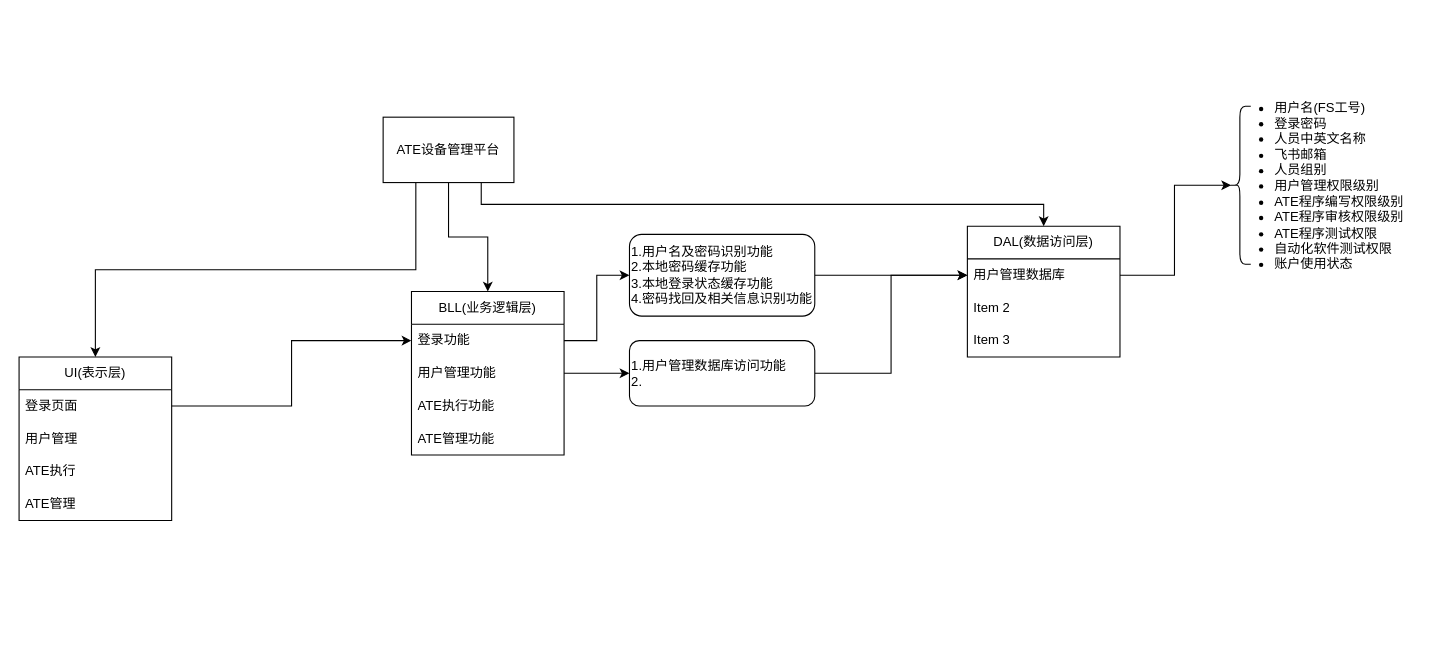
Istaya/Gallery keeps this draw.io diagram as CompanyUse/HongHanDongMan/ATE设备管理平台.drawio. Above is the earlier version. Source tidied: cells renumbered, new cells numbered last; positions are measured from the earlier drawing's top-left corner, leaving out a move shared by most shapes. Both pictures are drawn from the tidied source at 109%, with x=0, y=0 at pixel (19, 84).
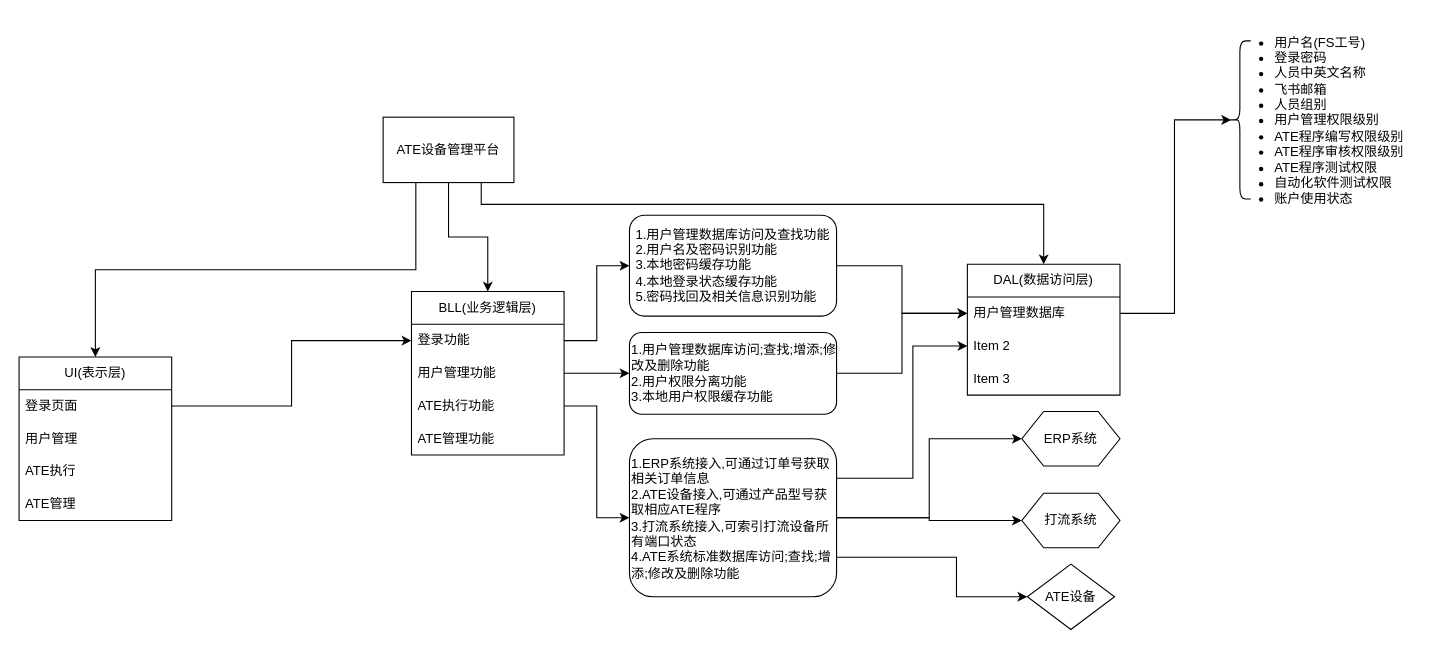
After the change.

Commit message (it also covers changes not shown here):
更新ATE设备管理平台.drawio

The change refers to these unchanged cells:
```xml
<mxCell id="5" value="ATE设备管理平台" style="rounded=0;whiteSpace=wrap;html=1;" parent="1" vertex="1">
  <mxGeometry x="334" y="30" width="120" height="60" as="geometry" />
</mxCell>
<mxCell id="15" value="ATE执行功能" style="text;strokeColor=none;fillColor=none;align=left;verticalAlign=middle;spacingLeft=4;spacingRight=4;overflow=hidden;points=[[0,0.5],[1,0.5]];portConstraint=eastwest;whiteSpace=wrap;html=1;" parent="12" vertex="1">
  <mxGeometry y="90" width="140" height="30" as="geometry" />
</mxCell>
<mxCell id="18" value="用户管理数据库" style="text;strokeColor=none;fillColor=none;align=left;verticalAlign=middle;spacingLeft=4;spacingRight=4;overflow=hidden;points=[[0,0.5],[1,0.5]];portConstraint=eastwest;whiteSpace=wrap;html=1;" parent="17" vertex="1">
  <mxGeometry y="30" width="140" height="30" as="geometry" />
</mxCell>
<mxCell id="19" value="Item 2" style="text;strokeColor=none;fillColor=none;align=left;verticalAlign=middle;spacingLeft=4;spacingRight=4;overflow=hidden;points=[[0,0.5],[1,0.5]];portConstraint=eastwest;whiteSpace=wrap;html=1;" parent="17" vertex="1">
  <mxGeometry y="60" width="140" height="30" as="geometry" />
</mxCell>
```

What changed in the source:
```diff
@@
     <mxCell id="4" style="edgeStyle=orthogonalEdgeStyle;rounded=0;jettySize=auto;html=1;exitX=0.75;exitY=1;exitDx=0;exitDy=0;entryX=0.5;entryY=0;entryDx=0;entryDy=0;" parent="1" edge="1" source="5" target="17">
-      <mxGeometry relative="1" as="geometry" />
+      <mxGeometry relative="1" as="geometry">
+        <Array as="points">
+          <mxPoint x="424" y="110" />
+          <mxPoint x="940" y="110" />
+        </Array>
+      </mxGeometry>
     </mxCell>
@@
     <mxCell id="17" value="DAL(数据访问层)" style="swimlane;fontStyle=0;horizontal=1;startSize=30;whiteSpace=wrap;html=1;" parent="1" vertex="1">
-      <mxGeometry x="870" y="130" width="140" height="120" as="geometry" />
+      <mxGeometry x="870" y="165" width="140" height="120" as="geometry" />
     </mxCell>
@@
     <mxCell id="21" style="edgeStyle=orthogonalEdgeStyle;rounded=0;jettySize=auto;html=1;entryX=0.1;entryY=0.5;entryDx=0;entryDy=0;entryPerimeter=0;" parent="1" edge="1" source="18" target="22">
-      <mxGeometry relative="1" as="geometry" />
+      <mxGeometry relative="1" as="geometry">
+        <Array as="points">
+          <mxPoint x="1060" y="210" />
+          <mxPoint x="1060" y="33" />
+          <mxPoint x="1112" y="33" />
+        </Array>
+      </mxGeometry>
     </mxCell>
     <mxCell id="22" style="shape=curlyBracket;whiteSpace=wrap;html=1;rounded=1;labelPosition=left;verticalLabelPosition=middle;align=right;verticalAlign=middle;" parent="1" vertex="1">
-      <mxGeometry x="1110" y="20" width="20" height="145" as="geometry" />
+      <mxGeometry x="1110" y="-40" width="20" height="145" as="geometry" />
     </mxCell>
     <mxCell id="23" value="&lt;ul&gt;&lt;li&gt;用户名(FS工号)&lt;/li&gt;&lt;li&gt;登录密码&lt;/li&gt;&lt;li&gt;人员中英文名称&lt;/li&gt;&lt;li&gt;飞书邮箱&lt;/li&gt;&lt;li&gt;人员组别&lt;/li&gt;&lt;li&gt;用户管理权限级别&lt;/li&gt;&lt;li&gt;ATE程序编写权限级别&lt;/li&gt;&lt;li&gt;ATE程序审核权限级别&lt;/li&gt;&lt;li&gt;ATE程序测试权限&lt;/li&gt;&lt;li&gt;自动化软件测试权限&lt;/li&gt;&lt;li&gt;账户使用状态&lt;/li&gt;&lt;/ul&gt;" style="text;strokeColor=none;fillColor=none;html=1;whiteSpace=wrap;verticalAlign=middle;overflow=hidden;" parent="1" vertex="1">
-      <mxGeometry x="1110" width="170" height="180" as="geometry" />
+      <mxGeometry x="1110" y="-60" width="170" height="180" as="geometry" />
     </mxCell>
@@
-    <mxCell id="26" value="&lt;div style=&quot;text-align: left;&quot;&gt;&lt;span style=&quot;background-color: initial;&quot;&gt;1.用户名及密码识别功能&lt;/span&gt;&lt;/div&gt;&lt;div style=&quot;text-align: left;&quot;&gt;&lt;span style=&quot;background-color: initial;&quot;&gt;2.本地密码缓存功能&lt;/span&gt;&lt;/div&gt;&lt;div style=&quot;text-align: left;&quot;&gt;&lt;span style=&quot;background-color: initial;&quot;&gt;3.本地登录状态缓存功能&lt;/span&gt;&lt;/div&gt;&lt;div style=&quot;text-align: left;&quot;&gt;&lt;span style=&quot;background-color: initial;&quot;&gt;4.密码找回及相关信息识别功能&lt;/span&gt;&lt;/div&gt;" style="rounded=1;whiteSpace=wrap;html=1;" parent="1" vertex="1">
-      <mxGeometry x="560" y="137.5" width="170" height="75" as="geometry" />
+    <mxCell id="26" value="&lt;div style=&quot;text-align: left;&quot;&gt;&lt;span style=&quot;background-color: initial;&quot;&gt;1.用户管理数据库访问及查找功能&lt;/span&gt;&lt;/div&gt;&lt;div style=&quot;text-align: left;&quot;&gt;&lt;span style=&quot;background-color: initial;&quot;&gt;2.用户名及密码识别功能&lt;/span&gt;&lt;/div&gt;&lt;div style=&quot;text-align: left;&quot;&gt;&lt;span style=&quot;background-color: initial;&quot;&gt;3.本地密码缓存功能&lt;/span&gt;&lt;/div&gt;&lt;div style=&quot;text-align: left;&quot;&gt;&lt;span style=&quot;background-color: initial;&quot;&gt;4.本地登录状态缓存功能&lt;/span&gt;&lt;/div&gt;&lt;div style=&quot;text-align: left;&quot;&gt;&lt;span style=&quot;background-color: initial;&quot;&gt;5.密码找回及相关信息识别功能&lt;/span&gt;&lt;/div&gt;" style="rounded=1;whiteSpace=wrap;html=1;" parent="1" vertex="1">
+      <mxGeometry x="560" y="120" width="190" height="92.5" as="geometry" />
     </mxCell>
@@
-    <mxCell id="28" style="edgeStyle=orthogonalEdgeStyle;rounded=0;jettySize=auto;html=1;entryX=0;entryY=0.5;entryDx=0;entryDy=0;" parent="1" edge="1" source="29" target="18">
+    <mxCell id="28" style="edgeStyle=orthogonalEdgeStyle;rounded=0;jettySize=auto;html=1;entryX=0;entryY=0.5;entryDx=0;entryDy=0;exitX=1;exitY=0.5;exitDx=0;exitDy=0;" parent="1" edge="1" source="29" target="18">
       <mxGeometry relative="1" as="geometry">
         <Array as="points">
-          <mxPoint x="800" y="265" />
-          <mxPoint x="800" y="175" />
+          <mxPoint x="810" y="265" />
+          <mxPoint x="810" y="210" />
         </Array>
       </mxGeometry>
     </mxCell>
-    <mxCell id="29" value="1.用户管理数据库访问功能&lt;br&gt;2." style="rounded=1;whiteSpace=wrap;html=1;align=left;" parent="1" vertex="1">
-      <mxGeometry x="560" y="235" width="170" height="60" as="geometry" />
+    <mxCell id="29" value="1.用户管理数据库访问;查找;增添;修改及删除功能&lt;br&gt;2.用户权限分离功能&lt;br&gt;3.本地用户权限缓存功能" style="rounded=1;whiteSpace=wrap;html=1;align=left;" parent="1" vertex="1">
+      <mxGeometry x="560" y="227.5" width="190" height="75" as="geometry" />
     </mxCell>
+    <mxCell id="30" value="ERP系统" style="shape=hexagon;perimeter=hexagonPerimeter2;whiteSpace=wrap;html=1;fixedSize=1;" parent="1" vertex="1">
+      <mxGeometry x="920" y="300" width="90" height="50" as="geometry" />
+    </mxCell>
+    <mxCell id="31" value="ATE设备" style="rhombus;whiteSpace=wrap;html=1;" parent="1" vertex="1">
+      <mxGeometry x="925" y="440" width="80" height="60" as="geometry" />
+    </mxCell>
+    <mxCell id="32" value="打流系统" style="shape=hexagon;perimeter=hexagonPerimeter2;whiteSpace=wrap;html=1;fixedSize=1;" parent="1" vertex="1">
+      <mxGeometry x="920" y="375" width="90" height="50" as="geometry" />
+    </mxCell>
+    <mxCell id="33" style="edgeStyle=orthogonalEdgeStyle;rounded=0;jettySize=auto;html=1;exitX=1;exitY=0.5;exitDx=0;exitDy=0;entryX=0;entryY=0.5;entryDx=0;entryDy=0;" parent="1" edge="1" source="15" target="38">
+      <mxGeometry relative="1" as="geometry" />
+    </mxCell>
+    <mxCell id="34" style="edgeStyle=orthogonalEdgeStyle;rounded=0;jettySize=auto;html=1;exitX=1;exitY=0.25;exitDx=0;exitDy=0;entryX=0;entryY=0.5;entryDx=0;entryDy=0;" parent="1" edge="1" source="38" target="19">
+      <mxGeometry relative="1" as="geometry">
+        <Array as="points">
+          <mxPoint x="820" y="361" />
+          <mxPoint x="820" y="240" />
+        </Array>
+      </mxGeometry>
+    </mxCell>
+    <mxCell id="35" style="edgeStyle=orthogonalEdgeStyle;rounded=0;jettySize=auto;html=1;exitX=1;exitY=0.75;exitDx=0;exitDy=0;entryX=0;entryY=0.5;entryDx=0;entryDy=0;" parent="1" edge="1" source="38" target="31">
+      <mxGeometry relative="1" as="geometry">
+        <Array as="points">
+          <mxPoint x="860" y="434" />
+          <mxPoint x="860" y="470" />
+        </Array>
+      </mxGeometry>
+    </mxCell>
+    <mxCell id="36" style="edgeStyle=orthogonalEdgeStyle;rounded=0;jettySize=auto;html=1;exitX=1;exitY=0.5;exitDx=0;exitDy=0;entryX=0;entryY=0.5;entryDx=0;entryDy=0;" parent="1" edge="1" source="38" target="30">
+      <mxGeometry relative="1" as="geometry" />
+    </mxCell>
+    <mxCell id="37" style="edgeStyle=orthogonalEdgeStyle;rounded=0;jettySize=auto;html=1;exitX=1;exitY=0.5;exitDx=0;exitDy=0;entryX=0;entryY=0.5;entryDx=0;entryDy=0;" parent="1" edge="1" source="38" target="32">
+      <mxGeometry relative="1" as="geometry" />
+    </mxCell>
+    <mxCell id="38" value="1.ERP系统接入,可通过订单号获取相关订单信息&lt;br&gt;2.ATE设备接入,可通过产品型号获取相应ATE程序&lt;br&gt;3.打流系统接入,可索引打流设备所有端口状态&lt;br&gt;4.ATE系统标准数据库访问;查找;增添;修改及删除功能" style="rounded=1;whiteSpace=wrap;html=1;align=left;" parent="1" vertex="1">
+      <mxGeometry x="560" y="325" width="190" height="145" as="geometry" />
+    </mxCell>
```
